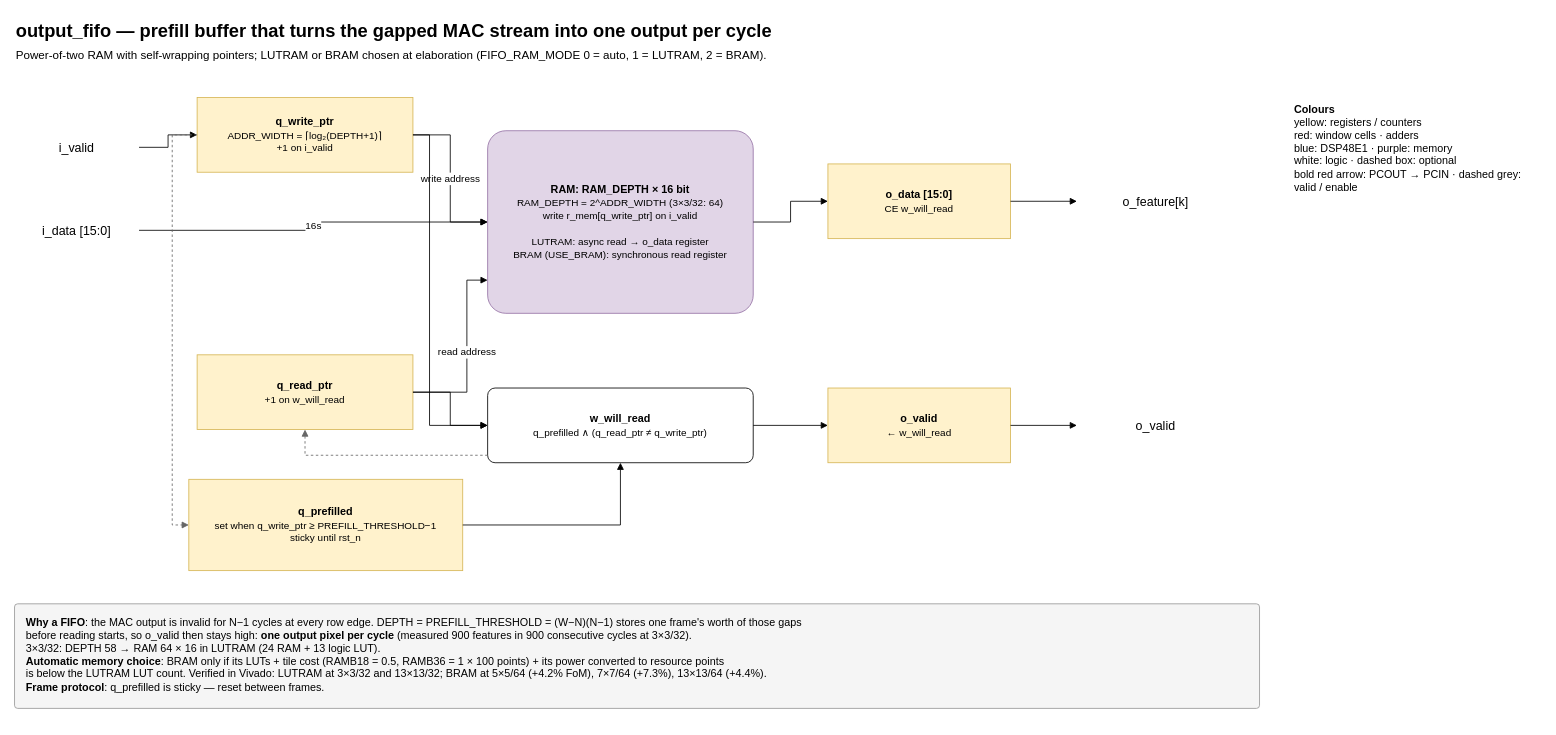
AshrafByte/FPGA-CNN-Accelerator keeps this draw.io diagram as page "11 Output FIFO" (12 of 15) of docs/resources/diagrams/conv_system_architecture.drawio. Above is the earlier version. Source tidied: cells renumbered, new cells numbered last; positions are measured from the earlier drawing's top-left corner, leaving out a move shared by most shapes. Both pictures are drawn from the tidied source at 83%, with x=0, y=0 at pixel (14, 14).
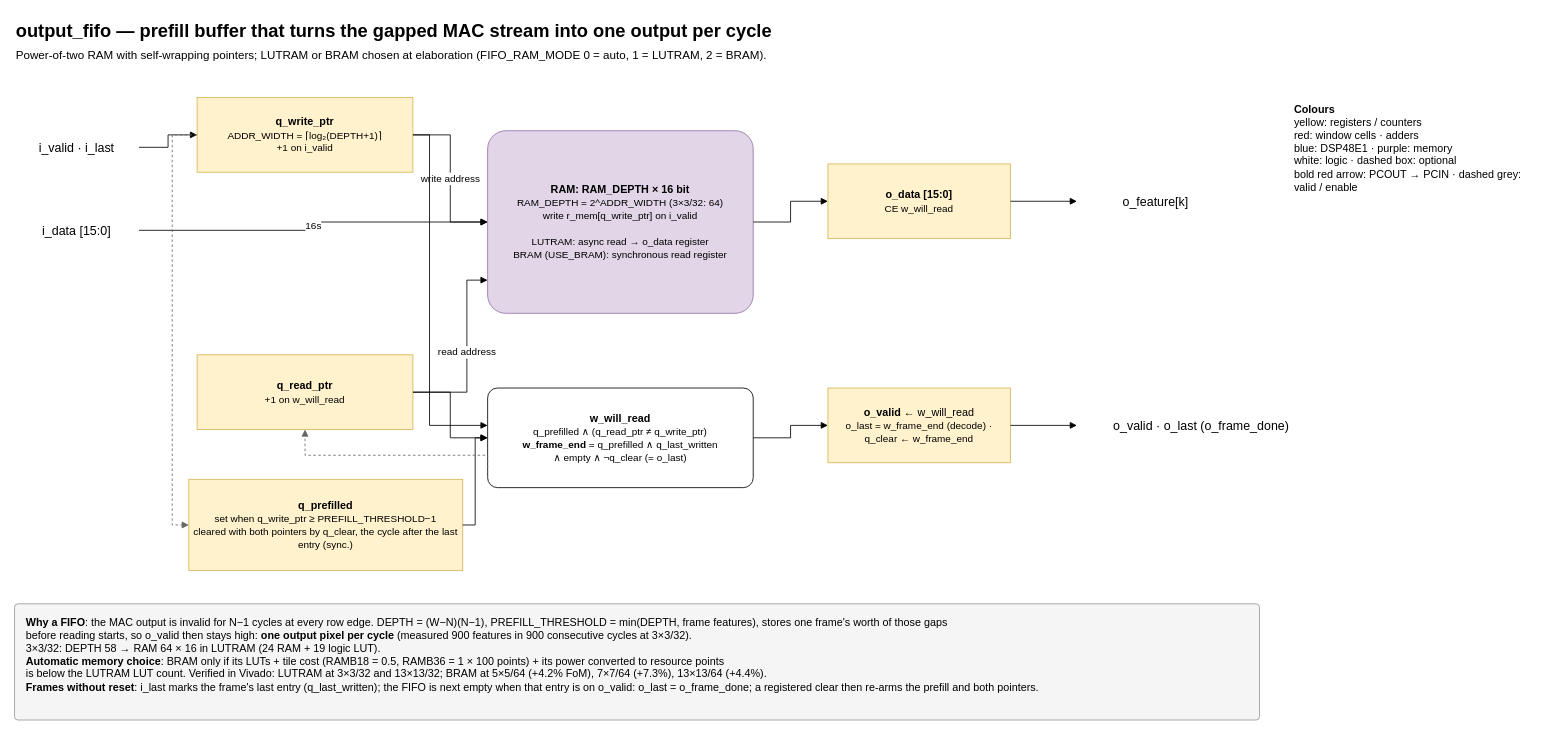
Above is the later version.

What changed in the source:
```diff
@@
-    <mxCell id="4" value="i_valid" style="text;html=1;align=center;verticalAlign=middle;fontSize=15;whiteSpace=wrap;" parent="1" vertex="1">
+    <mxCell id="4" value="i_valid · i_last" style="text;html=1;align=center;verticalAlign=middle;fontSize=15;whiteSpace=wrap;" parent="1" vertex="1">
       <mxGeometry y="140" width="150" height="40" as="geometry" />
     </mxCell>
@@
-    <mxCell id="9" value="&lt;b&gt;q_prefilled&lt;/b&gt;&lt;br&gt;&lt;font style=&quot;font-size:12px&quot;&gt;set when q_write_ptr ≥ PREFILL_THRESHOLD−1&lt;br&gt;sticky until rst_n&lt;/font&gt;" style="whiteSpace=wrap;html=1;fontSize=13;rounded=0;fillColor=#fff2cc;strokeColor=#d6b656;" parent="1" vertex="1">
+    <mxCell id="9" value="&lt;b&gt;q_prefilled&lt;/b&gt;&lt;br&gt;&lt;font style=&quot;font-size:12px&quot;&gt;set when q_write_ptr ≥ PREFILL_THRESHOLD−1&lt;br&gt;cleared with both pointers by q_clear, the cycle after the last entry (sync.)&lt;/font&gt;" style="whiteSpace=wrap;html=1;fontSize=13;rounded=0;fillColor=#fff2cc;strokeColor=#d6b656;" parent="1" vertex="1">
       <mxGeometry x="210" y="560" width="330" height="110" as="geometry" />
     </mxCell>
-    <mxCell id="10" value="&lt;b&gt;w_will_read&lt;/b&gt;&lt;br&gt;&lt;font style=&quot;font-size:12px&quot;&gt;q_prefilled ∧ (q_read_ptr ≠ q_write_ptr)&lt;/font&gt;" style="whiteSpace=wrap;html=1;fontSize=13;rounded=1;arcSize=10;fillColor=#ffffff;strokeColor=#000000;" parent="1" vertex="1">
-      <mxGeometry x="570" y="450" width="320" height="90" as="geometry" />
+    <mxCell id="10" value="&lt;b&gt;w_will_read&lt;/b&gt;&lt;br&gt;&lt;font style=&quot;font-size:12px&quot;&gt;q_prefilled ∧ (q_read_ptr ≠ q_write_ptr)&lt;br&gt;&lt;b&gt;w_frame_end&lt;/b&gt; = q_prefilled ∧ q_last_written&lt;br&gt;∧ empty ∧ ¬q_clear (= o_last)&lt;/font&gt;" style="whiteSpace=wrap;html=1;fontSize=13;rounded=1;arcSize=10;fillColor=#ffffff;strokeColor=#000000;" parent="1" vertex="1">
+      <mxGeometry x="570" y="450" width="320" height="120" as="geometry" />
     </mxCell>
@@
-    <mxCell id="12" value="&lt;b&gt;o_valid&lt;/b&gt;&lt;br&gt;&lt;font style=&quot;font-size:12px&quot;&gt;← w_will_read&lt;/font&gt;" style="whiteSpace=wrap;html=1;fontSize=13;rounded=0;fillColor=#fff2cc;strokeColor=#d6b656;" parent="1" vertex="1">
+    <mxCell id="12" value="&lt;b&gt;o_valid&lt;/b&gt; ← w_will_read&lt;br&gt;&lt;font style=&quot;font-size:12px&quot;&gt;o_last = w_frame_end (decode) · q_clear ← w_frame_end&lt;/font&gt;" style="whiteSpace=wrap;html=1;fontSize=13;rounded=0;fillColor=#fff2cc;strokeColor=#d6b656;" parent="1" vertex="1">
       <mxGeometry x="980" y="450" width="220" height="90" as="geometry" />
     </mxCell>
@@
-    <mxCell id="15" value="o_valid" style="text;html=1;align=center;verticalAlign=middle;fontSize=15;whiteSpace=wrap;" parent="1" vertex="1">
-      <mxGeometry x="1280" y="475" width="190" height="40" as="geometry" />
+    <mxCell id="15" value="o_valid · o_last (o_frame_done)" style="text;html=1;align=center;verticalAlign=middle;fontSize=15;whiteSpace=wrap;" parent="1" vertex="1">
+      <mxGeometry x="1280" y="475" width="300" height="40" as="geometry" />
     </mxCell>
@@
-    <mxCell id="28" value="&lt;b&gt;Why a FIFO&lt;/b&gt;: the MAC output is invalid for N−1 cycles at every row edge. DEPTH = PREFILL_THRESHOLD = (W−N)(N−1) stores one frame's worth of those gaps&lt;br&gt;before reading starts, so o_valid then stays high: &lt;b&gt;one output pixel per cycle&lt;/b&gt; (measured 900 features in 900 consecutive cycles at 3×3/32).&lt;br&gt;3×3/32: DEPTH 58 → RAM 64 × 16 in LUTRAM (24 RAM + 13 logic LUT).&lt;br&gt;&lt;b&gt;Automatic memory choice&lt;/b&gt;: BRAM only if its LUTs + tile cost (RAMB18 = 0.5, RAMB36 = 1 × 100 points) + its power converted to resource points&lt;br&gt;is below the LUTRAM LUT count. Verified in Vivado: LUTRAM at 3×3/32 and 13×13/32; BRAM at 5×5/64 (+4.2% FoM), 7×7/64 (+7.3%), 13×13/64 (+4.4%).&lt;br&gt;&lt;b&gt;Frame protocol&lt;/b&gt;: q_prefilled is sticky — reset between frames." style="whiteSpace=wrap;html=1;fontSize=13;rounded=1;arcSize=3;fillColor=#f5f5f5;strokeColor=#999999;align=left;verticalAlign=top;spacingLeft=12;spacingTop=8;spacingRight=6;" parent="1" vertex="1">
-      <mxGeometry y="710" width="1500" height="126" as="geometry" />
+    <mxCell id="28" value="&lt;b&gt;Why a FIFO&lt;/b&gt;: the MAC output is invalid for N−1 cycles at every row edge. DEPTH = (W−N)(N−1), PREFILL_THRESHOLD = min(DEPTH, frame features), stores one frame's worth of those gaps&lt;br&gt;before reading starts, so o_valid then stays high: &lt;b&gt;one output pixel per cycle&lt;/b&gt; (measured 900 features in 900 consecutive cycles at 3×3/32).&lt;br&gt;3×3/32: DEPTH 58 → RAM 64 × 16 in LUTRAM (24 RAM + 19 logic LUT).&lt;br&gt;&lt;b&gt;Automatic memory choice&lt;/b&gt;: BRAM only if its LUTs + tile cost (RAMB18 = 0.5, RAMB36 = 1 × 100 points) + its power converted to resource points&lt;br&gt;is below the LUTRAM LUT count. Verified in Vivado: LUTRAM at 3×3/32 and 13×13/32; BRAM at 5×5/64 (+4.2% FoM), 7×7/64 (+7.3%), 13×13/64 (+4.4%).&lt;br&gt;&lt;b&gt;Frames without reset&lt;/b&gt;: i_last marks the frame's last entry (q_last_written); the FIFO is next empty when that entry is on o_valid: o_last = o_frame_done; a registered clear then re-arms the prefill and both pointers." style="whiteSpace=wrap;html=1;fontSize=13;rounded=1;arcSize=3;fillColor=#f5f5f5;strokeColor=#999999;align=left;verticalAlign=top;spacingLeft=12;spacingTop=8;spacingRight=6;" parent="1" vertex="1">
+      <mxGeometry y="710" width="1500" height="140" as="geometry" />
     </mxCell>
```
